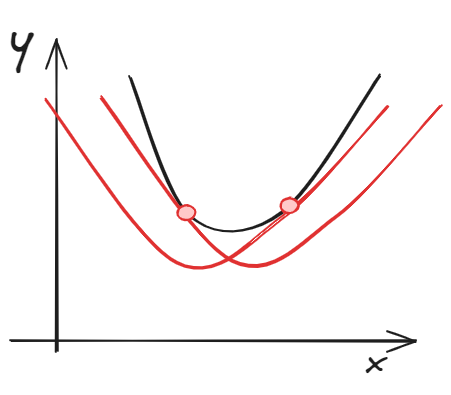
This is diplom/assets/math/optimization/strong_convex.excalidraw.png from NMashalov/EducationGenerativeModelApplication, a Excalidraw export, as it was before one commit. Source tidied: one line per element, renumbered; positions are measured from the earlier drawing's top-left corner, leaving out a move shared by most shapes. The source it was exported from:
```json
{"id": 0, "type": "arrow", "strokeColor": "#1e1e1e", "strokeWidth": 2, "roughness": 1, "endArrowhead": "arrow", "round": true, "x": 46, "y": 342, "width": 0, "height": 312, "points": [[0, 0], [0, -312]]}
{"id": 1, "type": "arrow", "strokeColor": "#1e1e1e", "strokeWidth": 2, "roughness": 1, "endArrowhead": "arrow", "round": true, "x": 1, "y": 330, "width": 405, "height": 0, "points": [[0, 0], [405, 0]]}
{"id": 2, "type": "line", "strokeColor": "#1e1e1e", "strokeWidth": 2, "roughness": 1, "round": true, "x": 120, "y": 67, "width": 251, "height": 140, "points": [[0, 0], [59, 138], [151, 135], [251, -2]]}
{"id": 3, "type": "line", "strokeColor": "#e03131", "strokeWidth": 2, "roughness": 1, "round": true, "x": 377, "y": 96, "width": 341, "height": 163, "points": [[0, 0], [-106, 112], [-210, 156], [-341, -7]]}
{"id": 4, "type": "line", "strokeColor": "#e03131", "strokeWidth": 2, "roughness": 1, "round": true, "x": 431, "y": 95, "width": 341, "height": 163, "points": [[0, 0], [-106, 112], [-210, 156], [-341, -7]]}
{"id": 5, "type": "ellipse", "strokeColor": "#e03131", "backgroundColor": "#ffc9c9", "fillStyle": "solid", "strokeWidth": 2, "roughness": 1, "round": true, "x": 271, "y": 188, "width": 18, "height": 15}
{"id": 6, "type": "ellipse", "strokeColor": "#e03131", "backgroundColor": "#ffc9c9", "fillStyle": "solid", "strokeWidth": 2, "roughness": 1, "round": true, "x": 168, "y": 195, "width": 18, "height": 15}
{"id": 7, "type": "text", "text": "y", "strokeColor": "#1e1e1e", "backgroundColor": "#ffc9c9", "fillStyle": "solid", "strokeWidth": 2, "roughness": 1, "fontSize": 49.0, "fontFamily": 1, "x": 0, "y": 0, "width": 23, "height": 61}
{"id": 8, "type": "text", "text": "x", "strokeColor": "#1e1e1e", "backgroundColor": "#ffc9c9", "fillStyle": "solid", "strokeWidth": 2, "roughness": 1, "fontSize": 35.66, "fontFamily": 1, "x": 355, "y": 330, "width": 20, "height": 45}
```
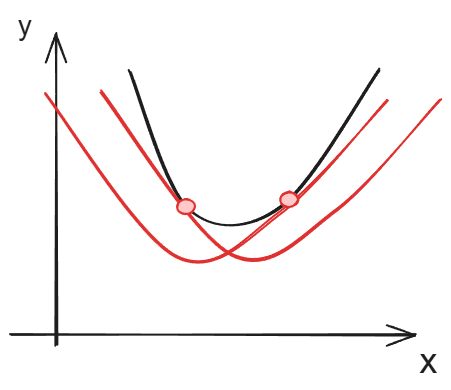
Above is the later version.

What changed in the source:
```diff
@@ -1,9 +1,9 @@
 {"id": 0, "type": "arrow", "strokeColor": "#1e1e1e", "strokeWidth": 2, "roughness": 1, "endArrowhead": "arrow", "round": true, "x": 46, "y": 342, "width": 0, "height": 312, "points": [[0, 0], [0, -312]]}
-{"id": 1, "type": "arrow", "strokeColor": "#1e1e1e", "strokeWidth": 2, "roughness": 1, "endArrowhead": "arrow", "round": true, "x": 1, "y": 330, "width": 405, "height": 0, "points": [[0, 0], [405, 0]]}
+{"id": 1, "type": "arrow", "strokeColor": "#1e1e1e", "strokeWidth": 2, "roughness": 1, "endArrowhead": "arrow", "round": true, "to": 8, "x": 1, "y": 330, "width": 405, "height": 0, "points": [[0, 0], [405, 0]]}
 {"id": 2, "type": "line", "strokeColor": "#1e1e1e", "strokeWidth": 2, "roughness": 1, "round": true, "x": 120, "y": 67, "width": 251, "height": 140, "points": [[0, 0], [59, 138], [151, 135], [251, -2]]}
 {"id": 3, "type": "line", "strokeColor": "#e03131", "strokeWidth": 2, "roughness": 1, "round": true, "x": 377, "y": 96, "width": 341, "height": 163, "points": [[0, 0], [-106, 112], [-210, 156], [-341, -7]]}
 {"id": 4, "type": "line", "strokeColor": "#e03131", "strokeWidth": 2, "roughness": 1, "round": true, "x": 431, "y": 95, "width": 341, "height": 163, "points": [[0, 0], [-106, 112], [-210, 156], [-341, -7]]}
 {"id": 5, "type": "ellipse", "strokeColor": "#e03131", "backgroundColor": "#ffc9c9", "fillStyle": "solid", "strokeWidth": 2, "roughness": 1, "round": true, "x": 271, "y": 188, "width": 18, "height": 15}
 {"id": 6, "type": "ellipse", "strokeColor": "#e03131", "backgroundColor": "#ffc9c9", "fillStyle": "solid", "strokeWidth": 2, "roughness": 1, "round": true, "x": 168, "y": 195, "width": 18, "height": 15}
-{"id": 7, "type": "text", "text": "y", "strokeColor": "#1e1e1e", "backgroundColor": "#ffc9c9", "fillStyle": "solid", "strokeWidth": 2, "roughness": 1, "fontSize": 49.0, "fontFamily": 1, "x": 0, "y": 0, "width": 23, "height": 61}
+{"id": 7, "type": "text", "text": "y", "strokeColor": "#1e1e1e", "backgroundColor": "#ffc9c9", "fillStyle": "solid", "strokeWidth": 2, "roughness": 1, "fontSize": 28, "fontFamily": 2, "x": 8, "y": 6, "width": 14, "height": 32}
-{"id": 8, "type": "text", "text": "x", "strokeColor": "#1e1e1e", "backgroundColor": "#ffc9c9", "fillStyle": "solid", "strokeWidth": 2, "roughness": 1, "fontSize": 35.66, "fontFamily": 1, "x": 355, "y": 330, "width": 20, "height": 45}
+{"id": 8, "type": "text", "text": "x", "strokeColor": "#1e1e1e", "backgroundColor": "#ffc9c9", "fillStyle": "solid", "strokeWidth": 2, "roughness": 1, "fontSize": 35.66, "fontFamily": 2, "x": 410, "y": 336, "width": 18, "height": 41}
```
